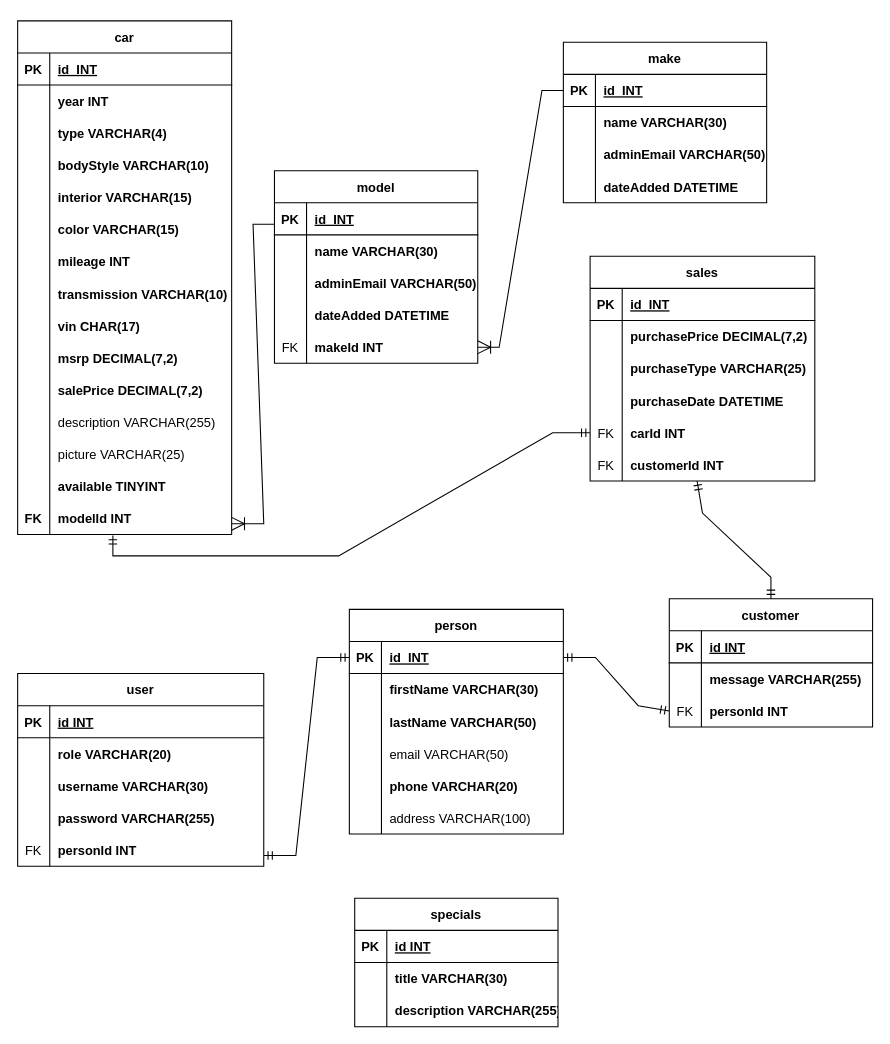
Before: carDealerShipERD.drawio in josephc2195/CarDealership, a draw.io diagram. Source tidied: cells renumbered, new cells numbered last; positions are measured from the earlier drawing's top-left corner, leaving out a move shared by most shapes. Both pictures are drawn from the tidied source at 107%, with x=0, y=0 at pixel (17, 20).
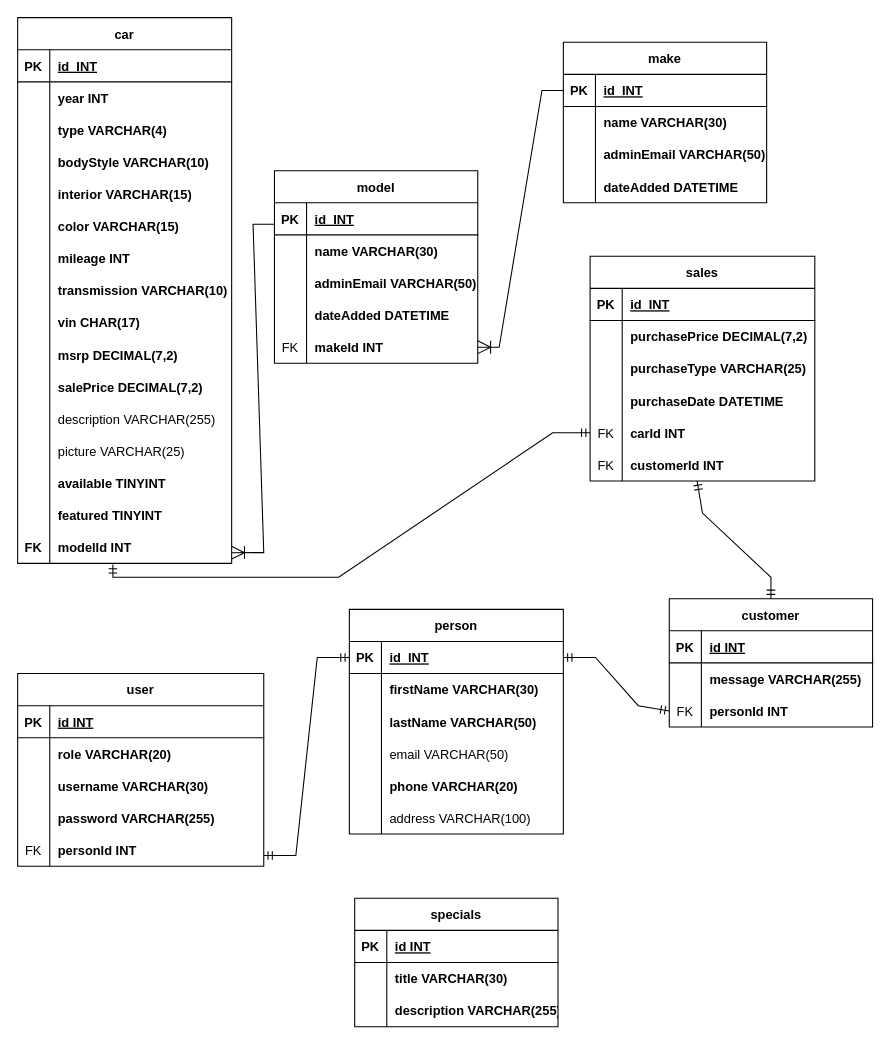
After the change.

Unchanged cells that the change refers to:
```xml
<mxCell id="116" style="shape=tableRow;horizontal=0;startSize=0;swimlaneHead=0;swimlaneBody=0;fillColor=none;points=[[0,0.5],[1,0.5]];portConstraint=eastwest;top=0;left=0;right=0;bottom=0;" parent="103" vertex="1">
  <mxGeometry y="150" width="210" height="30" as="geometry" />
</mxCell>
```

What changed in the source:
```diff
@@
     <mxCell id="2" value="car" style="shape=table;startSize=30;childLayout=tableLayout;rowLines=0;fontStyle=1;align=center;" parent="1" vertex="1">
-      <mxGeometry width="200" height="480" as="geometry" />
+      <mxGeometry y="-3" width="200" height="510" as="geometry" />
     </mxCell>
@@
+    <mxCell id="157" style="shape=tableRow;horizontal=0;startSize=0;swimlaneHead=0;swimlaneBody=0;fillColor=none;top=0;left=0;right=0;bottom=0;" parent="2" vertex="1">
+      <mxGeometry y="450" width="200" height="30" as="geometry" />
+    </mxCell>
+    <mxCell id="158" style="shape=partialRectangle;fillColor=none;top=0;left=0;bottom=0;right=0;overflow=hidden;" parent="157" vertex="1">
+      <mxGeometry width="30" height="30" as="geometry" />
+    </mxCell>
+    <mxCell id="159" value="featured TINYINT" style="shape=partialRectangle;fillColor=none;top=0;left=0;bottom=0;right=0;align=left;spacingLeft=6;overflow=hidden;fontStyle=1;" parent="157" vertex="1">
+      <mxGeometry x="30" width="170" height="30" as="geometry" />
+    </mxCell>
     <mxCell id="45" style="shape=tableRow;horizontal=0;startSize=0;swimlaneHead=0;swimlaneBody=0;fillColor=none;points=[[0,0.5],[1,0.5]];portConstraint=eastwest;top=0;left=0;right=0;bottom=0;" parent="2" vertex="1">
-      <mxGeometry y="450" width="200" height="30" as="geometry" />
+      <mxGeometry y="480" width="200" height="30" as="geometry" />
     </mxCell>
@@
     <mxCell id="152" style="fontSize=12;html=1;endArrow=ERoneToMany;rounded=0;startSize=10;endSize=10;entryX=1;entryY=0.667;entryDx=0;entryDy=0;entryPerimeter=0;" parent="1" edge="1" target="45">
       <mxGeometry relative="1" as="geometry">
         <mxPoint x="240" y="190" as="sourcePoint" />
         <Array as="points">
           <mxPoint x="220" y="190" />
-          <mxPoint x="230" y="470" />
+          <mxPoint x="230" y="497" />
         </Array>
       </mxGeometry>
     </mxCell>
     <mxCell id="153" style="fontSize=12;html=1;endArrow=ERmandOne;startArrow=ERmandOne;rounded=0;entryX=0;entryY=0.5;entryDx=0;entryDy=0;exitX=0.445;exitY=1.033;exitDx=0;exitDy=0;exitPerimeter=0;" parent="1" edge="1" source="45" target="116">
       <mxGeometry relative="1" as="geometry">
         <Array as="points">
-          <mxPoint x="89" y="500" />
-          <mxPoint x="300" y="500" />
+          <mxPoint x="89" y="520" />
+          <mxPoint x="300" y="520" />
           <mxPoint x="500" y="385" />
         </Array>
       </mxGeometry>
     </mxCell>
```
